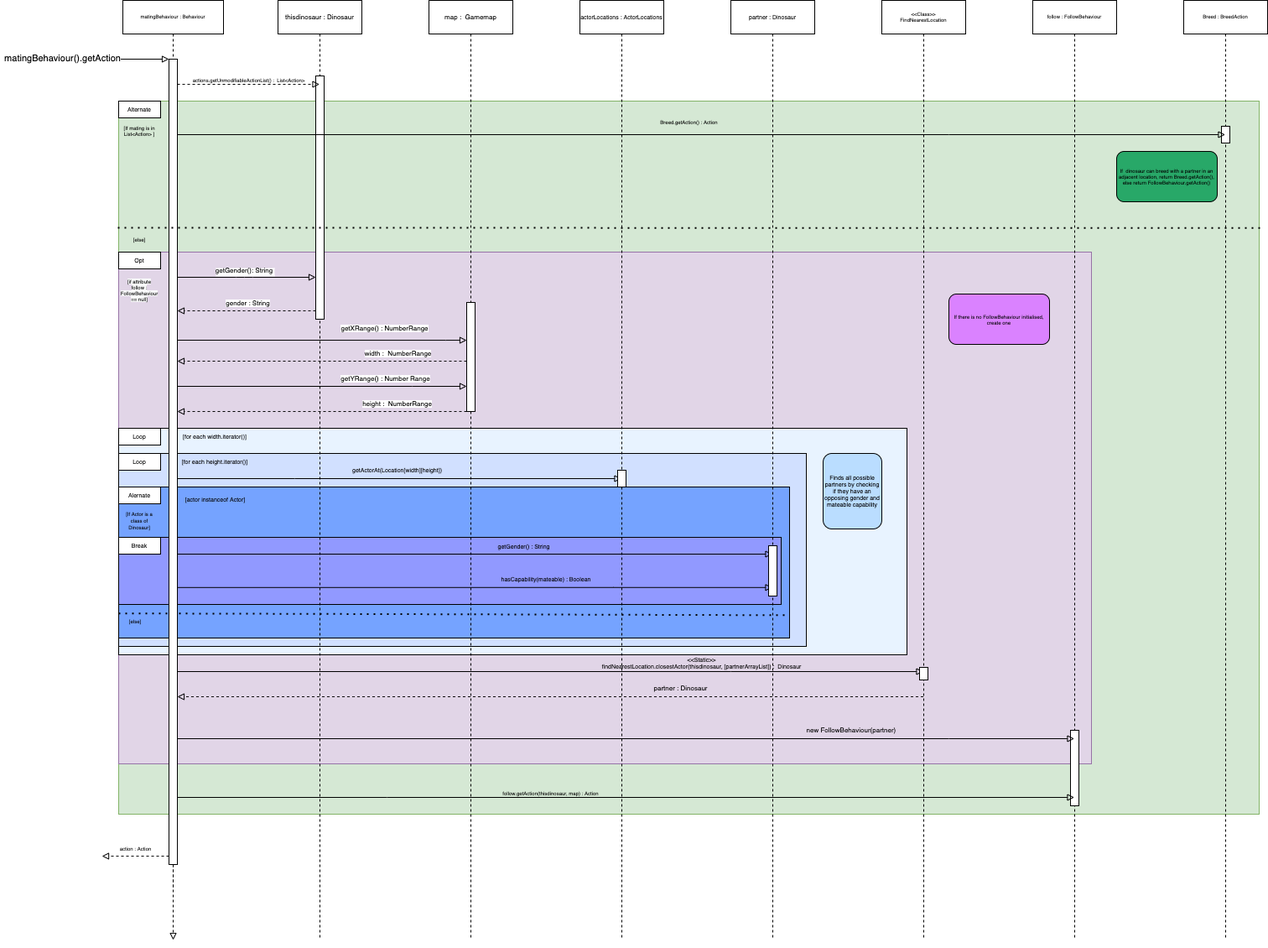
This is docs/Sequence_diagram_-_MatingBehaviour.png from Nochl/Jurrasic_Park_Sim, a draw.io export, as it was before one commit. Source tidied: cells renumbered, new cells last; positions are measured from the earlier drawing's top-left corner, leaving out a move shared by most shapes.
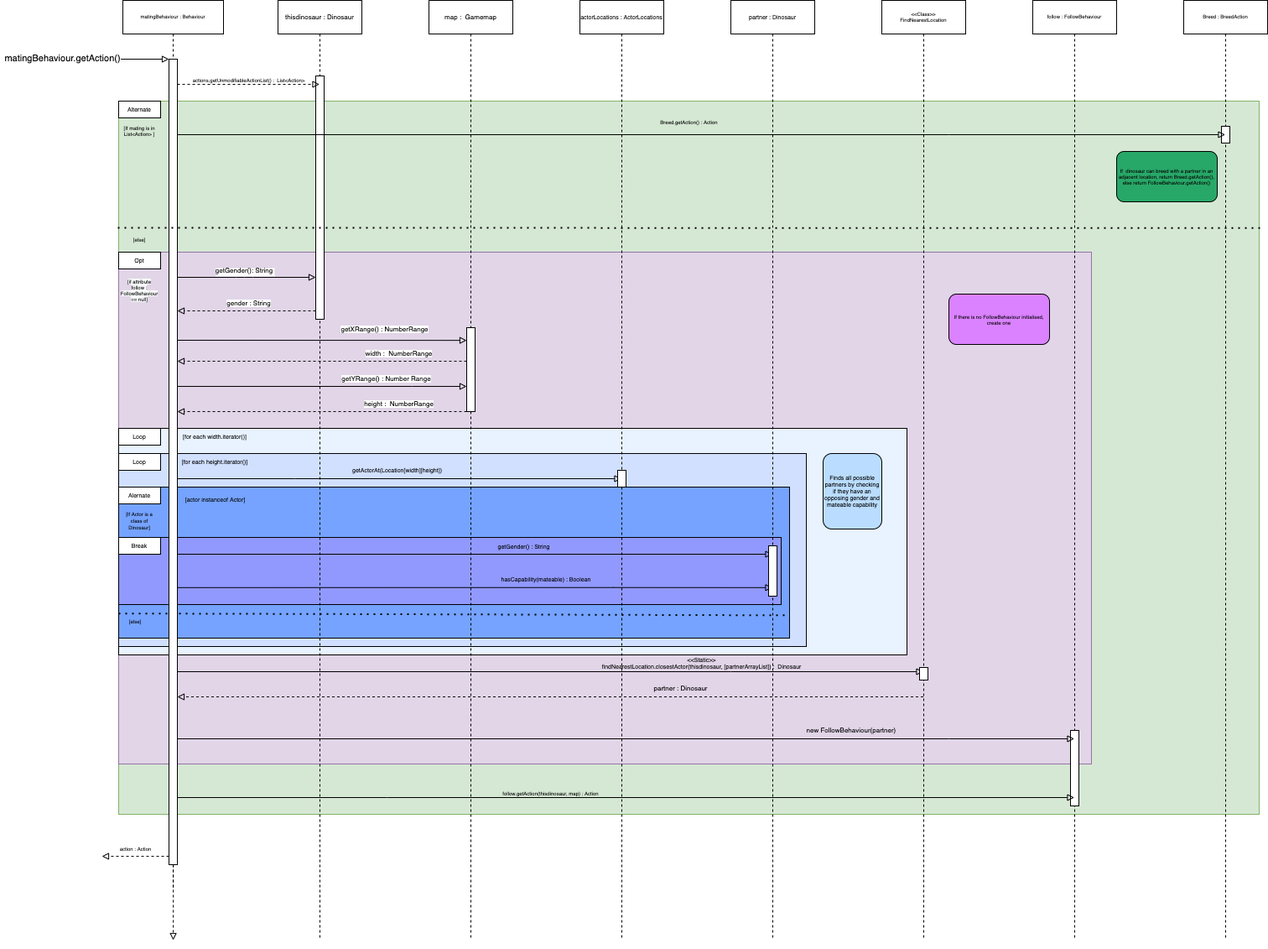
After the change.

Commit message:
Cleaned Appearance of Sequence Diagram for MatingBheaviour

What changed in the source:
```diff
@@ -208,7 +208,7 @@
       <mxGeometry x="501" width="100" height="1120" as="geometry" />
     </mxCell>
     <mxCell id="41" style="points=[];perimeter=orthogonalPerimeter;rounded=0;shadow=0;strokeWidth=1;" parent="40" vertex="1">
-      <mxGeometry x="45" y="360" width="10" height="130" as="geometry" />
+      <mxGeometry x="45" y="390" width="10" height="100" as="geometry" />
     </mxCell>
     <mxCell id="42" value="&amp;lt;&amp;lt;Static&amp;gt;&amp;gt;&lt;br&gt;findNearestLocation.closestActor(thisdinosaur, [partnerArrayList]) :&amp;nbsp; Dinosaur" style="text;html=1;align=center;verticalAlign=middle;strokeColor=none;fontSize=7;" parent="1" vertex="1">
       <mxGeometry x="701" y="780" width="250" height="20" as="geometry" />
@@ -227,7 +227,7 @@
         <mxPoint x="-135.8" y="70" as="sourcePoint" />
       </mxGeometry>
     </mxCell>
-    <mxCell id="47" value="matingBehaviour().getAction" style="edgeLabel;html=1;align=center;verticalAlign=middle;" parent="46" vertex="1">
+    <mxCell id="47" value="matingBehaviour.getAction()" style="edgeLabel;html=1;align=center;verticalAlign=middle;" parent="46" vertex="1">
       <mxGeometry x="-0.33" y="2" relative="1" as="geometry" />
     </mxCell>
     <mxCell id="48" style="points=[];perimeter=orthogonalPerimeter;rounded=0;shadow=0;strokeWidth=1;" parent="45" vertex="1">
```
